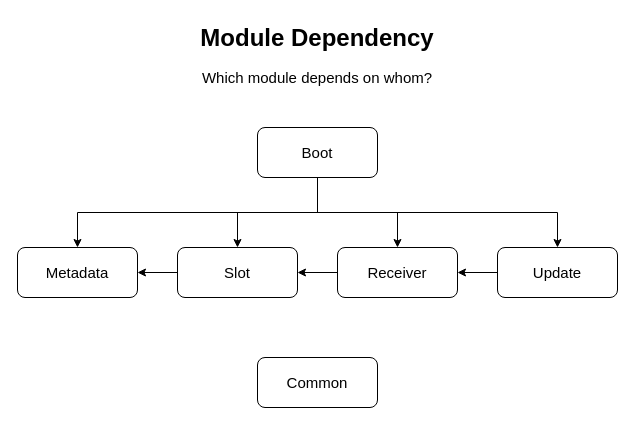
brajogopal/HEXBOOT_F0 keeps this draw.io diagram as page "03 - Module Dependency" (3 of 9) of docs/Architecture.drawio. Above is the earlier version. Source tidied: cells renumbered, new cells numbered last; positions are measured from the earlier drawing's top-left corner, leaving out a move shared by most shapes. Both pictures are drawn from the tidied source at 100%, with x=0, y=0 at pixel (17, 17).
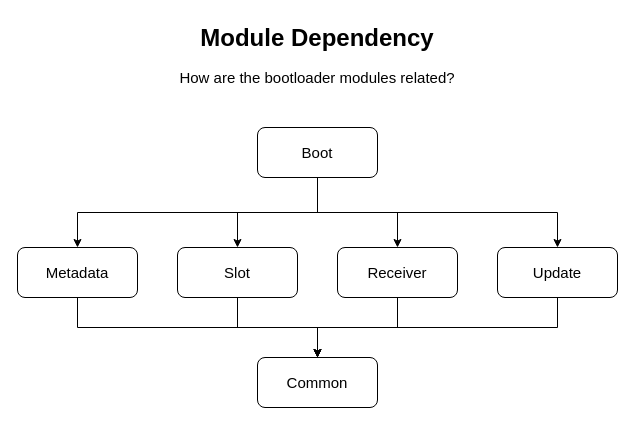
Above is the later version.

The edit, as a diff of the source:
```diff
@@
 <mxGraphModel>
   <root>
     <mxCell id="0" />
     <mxCell id="1" parent="0" />
-    <mxCell id="2" value="&lt;h1 style=&quot;margin-top: 0px;&quot;&gt;Module Dependency&lt;/h1&gt;&lt;p style=&quot;&quot;&gt;&lt;font style=&quot;font-size: 15px;&quot;&gt;Which module depends on whom?&lt;/font&gt;&lt;/p&gt;" style="text;html=1;whiteSpace=wrap;overflow=hidden;rounded=0;align=center;" parent="1" vertex="1">
+    <mxCell id="2" value="&lt;h1 style=&quot;margin-top: 0px;&quot;&gt;Module Dependency&lt;/h1&gt;&lt;p style=&quot;&quot;&gt;&lt;font style=&quot;font-size: 15px;&quot;&gt;How are the bootloader modules related?&lt;/font&gt;&lt;/p&gt;" style="text;html=1;whiteSpace=wrap;overflow=hidden;rounded=0;align=center;" parent="1" vertex="1">
       <mxGeometry x="35" width="530" height="80" as="geometry" />
     </mxCell>
     <mxCell id="3" style="edgeStyle=orthogonalEdgeStyle;rounded=0;jettySize=auto;html=1;" parent="1" edge="1" source="7" target="12">
       <mxGeometry relative="1" as="geometry" />
     </mxCell>
     <mxCell id="4" style="edgeStyle=orthogonalEdgeStyle;rounded=0;jettySize=auto;html=1;exitX=0.5;exitY=1;exitDx=0;exitDy=0;entryX=0.5;entryY=0;entryDx=0;entryDy=0;" parent="1" edge="1" source="7" target="10">
       <mxGeometry relative="1" as="geometry" />
     </mxCell>
     <mxCell id="5" style="edgeStyle=orthogonalEdgeStyle;rounded=0;jettySize=auto;html=1;exitX=0.5;exitY=1;exitDx=0;exitDy=0;" parent="1" edge="1" source="7" target="8">
       <mxGeometry relative="1" as="geometry" />
     </mxCell>
     <mxCell id="6" style="edgeStyle=orthogonalEdgeStyle;rounded=0;jettySize=auto;html=1;exitX=0.5;exitY=1;exitDx=0;exitDy=0;entryX=0.5;entryY=0;entryDx=0;entryDy=0;" parent="1" edge="1" source="7" target="14">
       <mxGeometry relative="1" as="geometry" />
     </mxCell>
     <mxCell id="7" value="&lt;font style=&quot;font-size: 15px;&quot;&gt;Boot&lt;/font&gt;" style="rounded=1;whiteSpace=wrap;html=1;" parent="1" vertex="1">
       <mxGeometry x="240" y="110" width="120" height="50" as="geometry" />
     </mxCell>
+    <mxCell id="16" style="edgeStyle=orthogonalEdgeStyle;rounded=0;jettySize=auto;html=1;exitX=0.5;exitY=1;exitDx=0;exitDy=0;entryX=0.5;entryY=0;entryDx=0;entryDy=0;" parent="1" edge="1" source="8" target="15">
+      <mxGeometry relative="1" as="geometry" />
+    </mxCell>
     <mxCell id="8" value="&lt;font style=&quot;font-size: 15px;&quot;&gt;Metadata&lt;/font&gt;" style="rounded=1;whiteSpace=wrap;html=1;" parent="1" vertex="1">
       <mxGeometry y="230" width="120" height="50" as="geometry" />
     </mxCell>
-    <mxCell id="9" style="edgeStyle=orthogonalEdgeStyle;rounded=0;jettySize=auto;html=1;" parent="1" edge="1" source="10" target="8">
-      <mxGeometry relative="1" as="geometry" />
-    </mxCell>
+    <mxCell id="17" style="edgeStyle=orthogonalEdgeStyle;rounded=0;jettySize=auto;html=1;" parent="1" edge="1" source="10" target="15">
+      <mxGeometry relative="1" as="geometry" />
+    </mxCell>
     <mxCell id="10" value="&lt;font style=&quot;font-size: 15px;&quot;&gt;Slot&lt;/font&gt;" style="rounded=1;whiteSpace=wrap;html=1;" parent="1" vertex="1">
       <mxGeometry x="160" y="230" width="120" height="50" as="geometry" />
     </mxCell>
-    <mxCell id="11" style="edgeStyle=orthogonalEdgeStyle;rounded=0;jettySize=auto;html=1;" parent="1" edge="1" source="12" target="10">
-      <mxGeometry relative="1" as="geometry" />
-    </mxCell>
+    <mxCell id="18" style="edgeStyle=orthogonalEdgeStyle;rounded=0;jettySize=auto;html=1;" parent="1" edge="1" source="12" target="15">
+      <mxGeometry relative="1" as="geometry" />
+    </mxCell>
     <mxCell id="12" value="&lt;font style=&quot;font-size: 15px;&quot;&gt;Receiver&lt;/font&gt;" style="rounded=1;whiteSpace=wrap;html=1;" parent="1" vertex="1">
       <mxGeometry x="320" y="230" width="120" height="50" as="geometry" />
     </mxCell>
-    <mxCell id="13" style="edgeStyle=orthogonalEdgeStyle;rounded=0;jettySize=auto;html=1;" parent="1" edge="1" source="14" target="12">
-      <mxGeometry relative="1" as="geometry" />
-    </mxCell>
+    <mxCell id="19" style="edgeStyle=orthogonalEdgeStyle;rounded=0;jettySize=auto;html=1;exitX=0.5;exitY=1;exitDx=0;exitDy=0;" parent="1" edge="1" source="14" target="15">
+      <mxGeometry relative="1" as="geometry" />
+    </mxCell>
     <mxCell id="14" value="&lt;font style=&quot;font-size: 15px;&quot;&gt;Update&lt;/font&gt;" style="rounded=1;whiteSpace=wrap;html=1;" parent="1" vertex="1">
       <mxGeometry x="480" y="230" width="120" height="50" as="geometry" />
     </mxCell>
     <mxCell id="15" value="&lt;font style=&quot;font-size: 15px;&quot;&gt;Common&lt;/font&gt;" style="rounded=1;whiteSpace=wrap;html=1;" parent="1" vertex="1">
       <mxGeometry x="240" y="340" width="120" height="50" as="geometry" />
     </mxCell>
   </root>
 </mxGraphModel>
```
